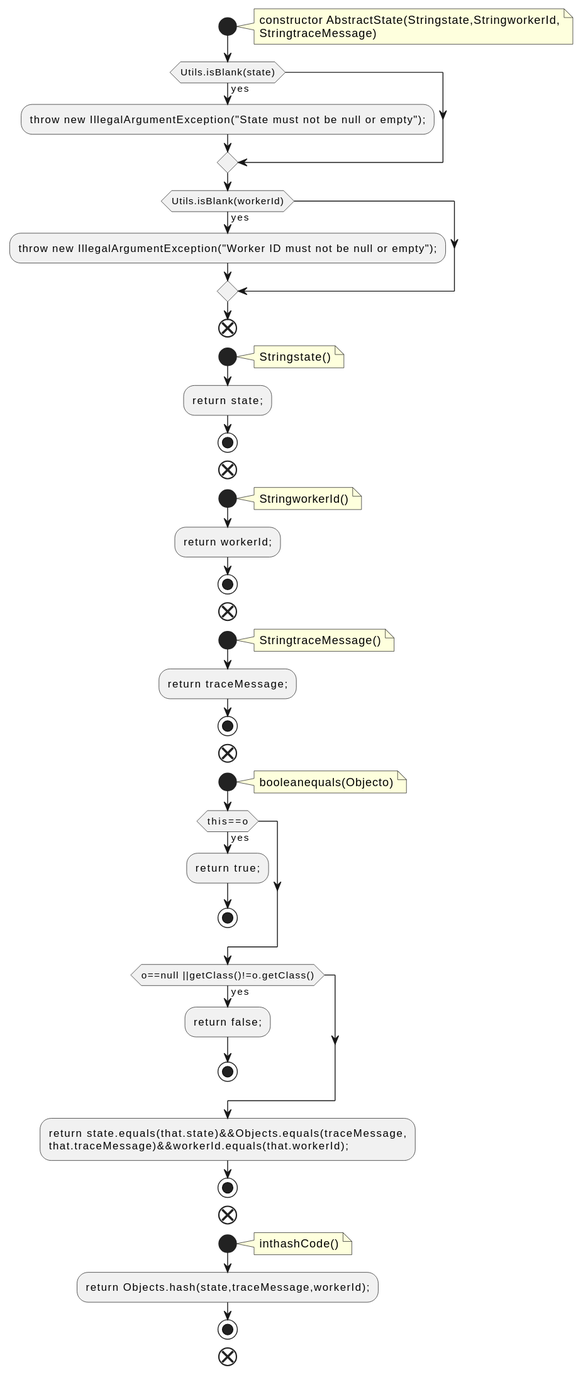
Above: docs/qc/connect/api/src/main/java/org/apache/kafka/connect/health/AbstractState.java.fct.svg in qualitesys/kafka (PlantUML), before the change.
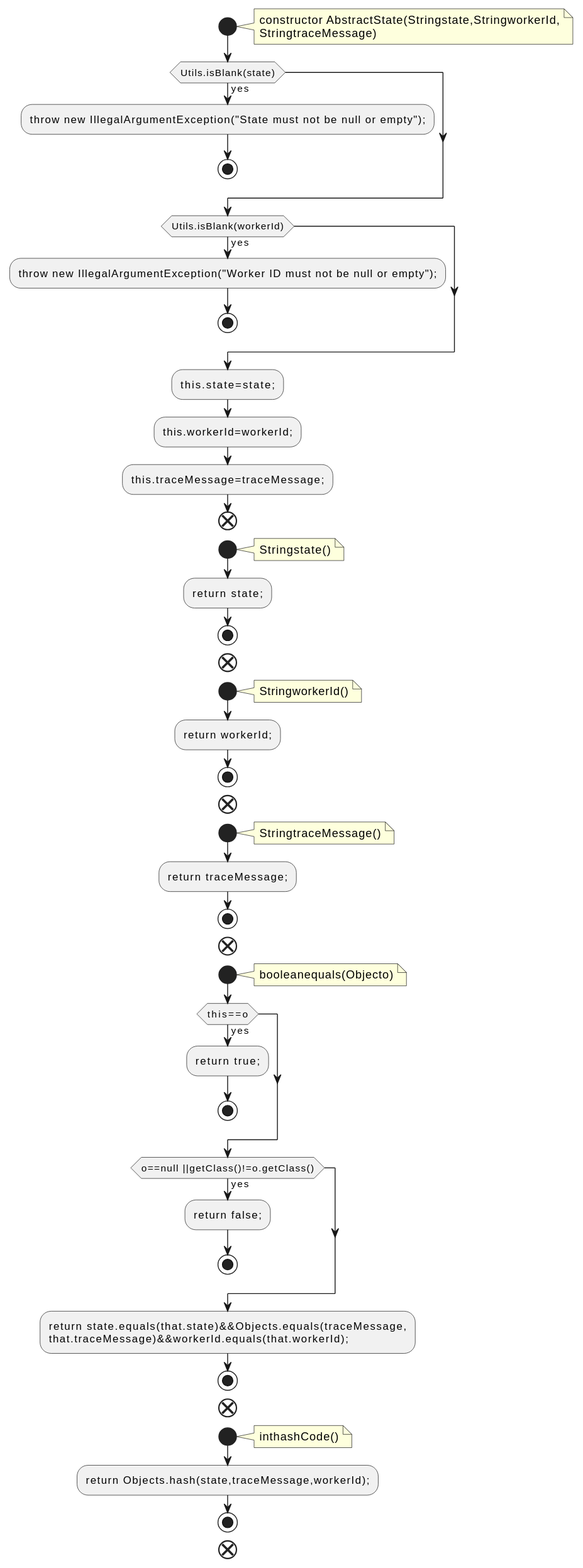
The same file after the commit.

The edit, as a diff of the source:
```diff
@@ -7,10 +7,15 @@
 end note
 if (Utils.isBlank(state)) then (yes)
 :throw new IllegalArgumentException("State must not be null or empty");;
+stop
 endif
 if (Utils.isBlank(workerId)) then (yes)
 :throw new IllegalArgumentException("Worker ID must not be null or empty");;
+stop
 endif
+:this.state=state;;
+:this.workerId=workerId;;
+:this.traceMessage=traceMessage;;
 end
 start
 note right
```
